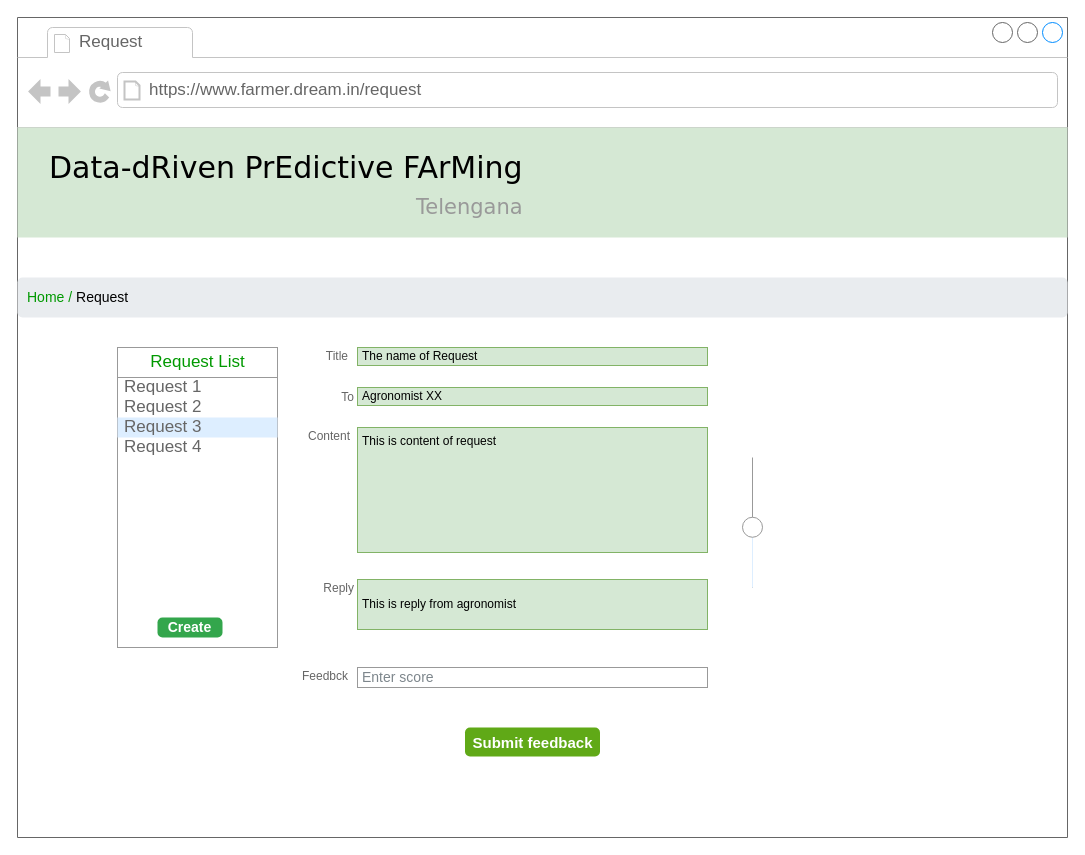
Above: page "fm-Request" (22 of 25) of RASD/diagrams/User Interface.drawio in ictar/DREAM-SE2-Project-2022 (draw.io), before the change. Source tidied: cells renumbered, new cells numbered last; positions are measured from the earlier drawing's top-left corner, leaving out a move shared by most shapes. Both pictures are drawn from the tidied source at 100%, with x=0, y=0 at pixel (17, 17).
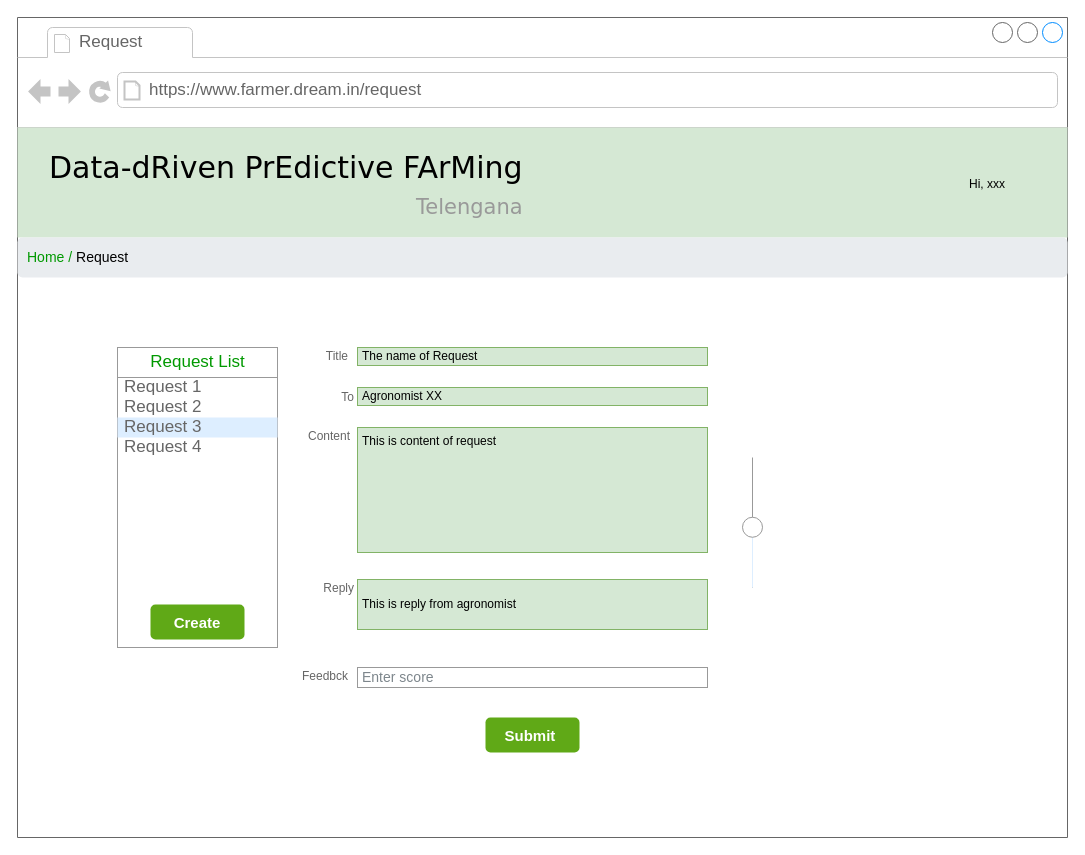
The same page after the edit.

Unchanged cells that the change refers to:
```xml
<mxCell id="2" style="strokeWidth=1;shadow=0;dashed=0;align=center;html=1;shape=mxgraph.mockup.containers.browserWindow;rSize=0;strokeColor=#666666;mainText=,;rounded=0;labelBackgroundColor=none;fontFamily=Verdana;fontSize=12;" parent="1" vertex="1">
  <mxGeometry width="1050" height="820" as="geometry" />
</mxCell>
<mxCell id="5" style="group;" parent="2" vertex="1">
  <mxGeometry y="110" width="1050" height="110" as="geometry" />
</mxCell>
<mxCell id="15" style="strokeWidth=1;shadow=0;dashed=0;align=center;html=1;shape=mxgraph.mockup.forms.rrect;rSize=0;strokeColor=#999999;fillColor=#ffffff;" parent="2" vertex="1">
  <mxGeometry x="100" y="330" width="160" height="300" as="geometry" />
</mxCell>
```

Change to the diagram source:
```diff
@@
+    <mxCell id="28" value="Hi, xxx" style="text;html=1;strokeColor=none;fillColor=none;align=center;verticalAlign=middle;whiteSpace=wrap;rounded=0;fontSize=12;fontColor=#000000;" parent="5" vertex="1">
+      <mxGeometry x="940" y="42" width="60" height="30" as="geometry" />
+    </mxCell>
@@
-    <mxCell id="21" value="Create" style="html=1;shadow=0;dashed=0;shape=mxgraph.bootstrap.rrect;rSize=5;strokeColor=none;strokeWidth=1;fillColor=#33A64C;fontColor=#FFFFFF;whiteSpace=wrap;align=center;verticalAlign=middle;spacingLeft=0;fontStyle=1;fontSize=14;spacing=5;" parent="15" vertex="1">
-      <mxGeometry x="40" y="270" width="65" height="20" as="geometry" />
+    <mxCell id="21" value="&lt;font size=&quot;1&quot;&gt;&lt;b style=&quot;font-size: 15px&quot;&gt;Create&lt;/b&gt;&lt;/font&gt;" style="html=1;shadow=0;dashed=0;shape=mxgraph.bootstrap.rrect;rSize=5;strokeColor=none;strokeWidth=3;fillColor=#60a917;fontColor=#ffffff;whiteSpace=wrap;align=center;verticalAlign=middle;spacingLeft=0;fontStyle=0;fontSize=16;spacing=5;" parent="15" vertex="1">
+      <mxGeometry x="33" y="257" width="94" height="35" as="geometry" />
     </mxCell>
@@
-    <mxCell id="26" value="&lt;font style=&quot;font-size: 15px&quot;&gt;&lt;b&gt;Submit feedback&lt;/b&gt;&lt;/font&gt;" style="html=1;shadow=0;dashed=0;shape=mxgraph.bootstrap.rrect;rSize=5;strokeColor=none;strokeWidth=3;fillColor=#60a917;whiteSpace=wrap;align=center;verticalAlign=middle;spacingLeft=0;fontStyle=0;fontSize=16;spacing=5;fontColor=#ffffff;" parent="2" vertex="1">
-      <mxGeometry x="447.5" y="710" width="135" height="29" as="geometry" />
-    </mxCell>
+    <mxCell id="29" value="&lt;font size=&quot;1&quot;&gt;&lt;b style=&quot;font-size: 15px&quot;&gt;Submit&amp;nbsp;&lt;/b&gt;&lt;/font&gt;" style="html=1;shadow=0;dashed=0;shape=mxgraph.bootstrap.rrect;rSize=5;strokeColor=none;strokeWidth=3;fillColor=#60a917;fontColor=#ffffff;whiteSpace=wrap;align=center;verticalAlign=middle;spacingLeft=0;fontStyle=0;fontSize=16;spacing=5;" parent="2" vertex="1">
+      <mxGeometry x="468" y="700" width="94" height="35" as="geometry" />
+    </mxCell>
-    <mxCell id="27" value="&lt;font color=&quot;#009900&quot;&gt;Home / &lt;/font&gt;&lt;font color=&quot;#000000&quot;&gt;Request&lt;/font&gt;" style="html=1;shadow=0;dashed=0;shape=mxgraph.bootstrap.rrect;rSize=5;strokeColor=none;strokeWidth=1;fillColor=#E9ECEF;fontColor=#6C757D;whiteSpace=wrap;align=left;verticalAlign=middle;spacingLeft=0;fontStyle=0;fontSize=14;spacing=10;" parent="1" vertex="1">
-      <mxGeometry y="260" width="1050" height="40" as="geometry" />
+    <mxCell id="27" value="&lt;font color=&quot;#009900&quot;&gt;Home / &lt;/font&gt;&lt;font color=&quot;#000000&quot;&gt;Request&lt;/font&gt;" style="html=1;shadow=0;dashed=0;shape=mxgraph.bootstrap.rrect;rSize=5;strokeColor=none;strokeWidth=1;fillColor=#E9ECEF;fontColor=#6C757D;whiteSpace=wrap;align=left;verticalAlign=middle;spacingLeft=0;fontStyle=0;fontSize=14;spacing=10;" parent="2" vertex="1">
+      <mxGeometry y="220" width="1050" height="40" as="geometry" />
     </mxCell>
```
